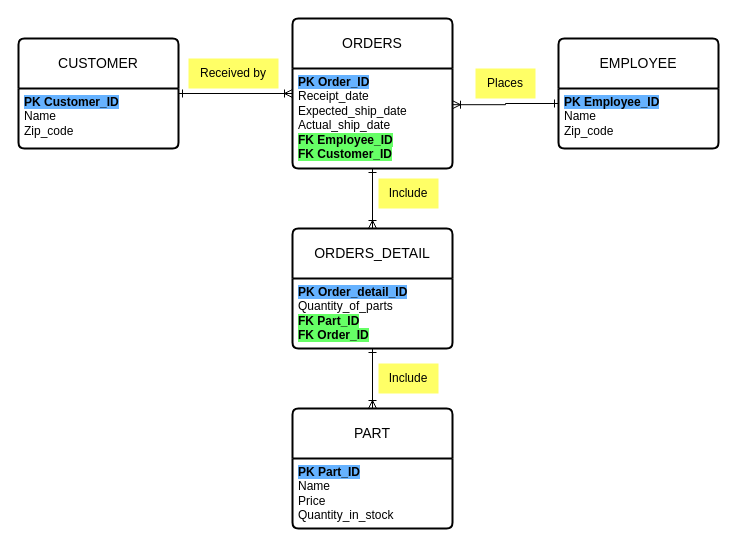
Earlier version of the draw.io diagram Thuchanh.drawio (n24dccn126/DataForge-Team-Supply-Chain-Warehouse-Logistics-Network). Source tidied: cells renumbered, new cells numbered last; positions are measured from the earlier drawing's top-left corner, leaving out a move shared by most shapes. Both pictures are drawn from the tidied source at 100%, with x=0, y=0 at pixel (18, 18).
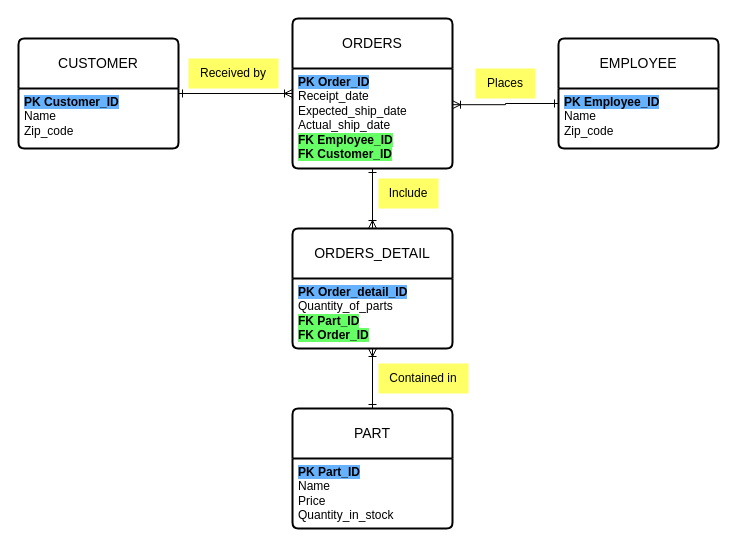
The same page after the edit.

Commit message:
Cập nhật Thuchanh.drawio

Change to the diagram source:
```diff
@@
 <mxGraphModel>
   <root>
     <mxCell id="0" />
     <mxCell id="1" parent="0" />
     <mxCell id="2" style="edgeStyle=orthogonalEdgeStyle;rounded=0;jettySize=auto;html=1;exitX=0.5;exitY=1;exitDx=0;exitDy=0;entryX=0.5;entryY=0;entryDx=0;entryDy=0;defaultLabelBackgroundColor=page;endArrow=ERoneToMany;endFill=0;startArrow=ERone;startFill=0;" parent="1" edge="1" source="3" target="11">
       <mxGeometry relative="1" as="geometry" />
     </mxCell>
     <mxCell id="3" value="ORDERS" style="swimlane;horizontal=1;startSize=50;rounded=1;fontSize=14;fontStyle=0;strokeWidth=2;shadow=0;dashed=0;align=center;arcSize=4;whiteSpace=wrap;html=1;" parent="1" vertex="1">
       <mxGeometry x="274" width="160" height="150" as="geometry" />
     </mxCell>
     <mxCell id="4" value="&lt;b style=&quot;background-color: rgb(102, 178, 255);&quot;&gt;PK Order_ID&lt;/b&gt;&lt;div&gt;Receipt_date&lt;/div&gt;&lt;div&gt;Expected_ship_date&lt;/div&gt;&lt;div&gt;Actual_ship_date&lt;/div&gt;&lt;div&gt;&lt;b style=&quot;background-color: rgb(102, 255, 102);&quot;&gt;FK Employee_ID&lt;/b&gt;&lt;/div&gt;&lt;div&gt;&lt;b style=&quot;background-color: rgb(102, 255, 102);&quot;&gt;FK Customer_ID&lt;/b&gt;&lt;/div&gt;" style="align=left;strokeColor=none;fillColor=none;spacingLeft=4;spacingRight=4;fontSize=12;verticalAlign=top;html=1;whiteSpace=wrap;" parent="3" vertex="1">
       <mxGeometry y="50" width="160" height="100" as="geometry" />
     </mxCell>
     <mxCell id="5" style="edgeStyle=orthogonalEdgeStyle;rounded=0;jettySize=auto;html=1;exitX=1;exitY=0.5;exitDx=0;exitDy=0;entryX=0;entryY=0.5;entryDx=0;entryDy=0;defaultLabelBackgroundColor=page;endArrow=ERoneToMany;endFill=0;startArrow=ERone;startFill=0;" parent="1" edge="1" source="6" target="3">
       <mxGeometry relative="1" as="geometry" />
     </mxCell>
     <mxCell id="6" value="CUSTOMER" style="swimlane;horizontal=1;startSize=50;rounded=1;fontSize=14;fontStyle=0;strokeWidth=2;shadow=0;dashed=0;align=center;arcSize=4;whiteSpace=wrap;html=1;" parent="1" vertex="1">
       <mxGeometry y="20" width="160" height="110" as="geometry" />
     </mxCell>
     <mxCell id="7" value="&lt;b style=&quot;background-color: rgb(102, 178, 255);&quot;&gt;PK Customer_ID&lt;/b&gt;&lt;div&gt;Name&lt;/div&gt;&lt;div&gt;Zip_code&lt;/div&gt;" style="align=left;strokeColor=none;fillColor=none;spacingLeft=4;spacingRight=4;fontSize=12;verticalAlign=top;html=1;whiteSpace=wrap;" parent="6" vertex="1">
       <mxGeometry y="50" width="160" height="60" as="geometry" />
     </mxCell>
     <mxCell id="8" value="EMPLOYEE" style="swimlane;horizontal=1;startSize=50;rounded=1;fontSize=14;fontStyle=0;strokeWidth=2;shadow=0;dashed=0;align=center;arcSize=4;whiteSpace=wrap;html=1;" parent="1" vertex="1">
       <mxGeometry x="540" y="20" width="160" height="110" as="geometry" />
     </mxCell>
     <mxCell id="9" value="&lt;b style=&quot;background-color: rgb(102, 178, 255);&quot;&gt;PK Employee_ID&lt;/b&gt;&lt;div&gt;Name&lt;/div&gt;&lt;div&gt;Zip_code&lt;/div&gt;" style="align=left;strokeColor=none;fillColor=none;spacingLeft=4;spacingRight=4;fontSize=12;verticalAlign=top;html=1;whiteSpace=wrap;" parent="8" vertex="1">
       <mxGeometry y="50" width="160" height="60" as="geometry" />
     </mxCell>
-    <mxCell id="10" style="edgeStyle=orthogonalEdgeStyle;rounded=0;jettySize=auto;html=1;exitX=0.5;exitY=1;exitDx=0;exitDy=0;entryX=0.5;entryY=0;entryDx=0;entryDy=0;defaultLabelBackgroundColor=page;endArrow=ERoneToMany;endFill=0;startArrow=ERone;startFill=0;" parent="1" edge="1" source="11" target="13">
+    <mxCell id="10" style="edgeStyle=orthogonalEdgeStyle;rounded=0;jettySize=auto;html=1;exitX=0.5;exitY=1;exitDx=0;exitDy=0;entryX=0.5;entryY=0;entryDx=0;entryDy=0;defaultLabelBackgroundColor=page;endArrow=ERone;endFill=0;startArrow=ERoneToMany;startFill=0;" parent="1" edge="1" source="11" target="13">
       <mxGeometry relative="1" as="geometry" />
     </mxCell>
     <mxCell id="11" value="ORDERS_DETAIL" style="swimlane;horizontal=1;startSize=50;rounded=1;fontSize=14;fontStyle=0;strokeWidth=2;shadow=0;dashed=0;align=center;arcSize=4;whiteSpace=wrap;html=1;" parent="1" vertex="1">
       <mxGeometry x="274" y="210" width="160" height="120" as="geometry" />
     </mxCell>
     <mxCell id="12" value="&lt;b style=&quot;background-color: rgb(102, 178, 255);&quot;&gt;PK Order_detail_ID&lt;/b&gt;&lt;div&gt;Quantity_of_parts&lt;/div&gt;&lt;div&gt;&lt;b style=&quot;background-color: rgb(102, 255, 102);&quot;&gt;FK Part_ID&lt;/b&gt;&lt;/div&gt;&lt;div&gt;&lt;b style=&quot;background-color: rgb(102, 255, 102);&quot;&gt;FK Order_ID&lt;/b&gt;&lt;/div&gt;" style="align=left;strokeColor=none;fillColor=none;spacingLeft=4;spacingRight=4;fontSize=12;verticalAlign=top;html=1;whiteSpace=wrap;" parent="11" vertex="1">
       <mxGeometry y="50" width="160" height="70" as="geometry" />
     </mxCell>
     <mxCell id="13" value="PART" style="swimlane;horizontal=1;startSize=50;rounded=1;fontSize=14;fontStyle=0;strokeWidth=2;shadow=0;dashed=0;align=center;arcSize=4;whiteSpace=wrap;html=1;" parent="1" vertex="1">
       <mxGeometry x="274" y="390" width="160" height="120" as="geometry" />
     </mxCell>
     <mxCell id="14" value="&lt;b style=&quot;background-color: rgb(102, 178, 255);&quot;&gt;PK Part_ID&lt;/b&gt;&lt;div&gt;Name&lt;/div&gt;&lt;div&gt;Price&lt;/div&gt;&lt;div&gt;Quantity_in_stock&lt;/div&gt;" style="align=left;strokeColor=none;fillColor=none;spacingLeft=4;spacingRight=4;fontSize=12;verticalAlign=top;html=1;whiteSpace=wrap;" parent="13" vertex="1">
       <mxGeometry y="50" width="160" height="70" as="geometry" />
     </mxCell>
     <mxCell id="15" value="Received by" style="text;html=1;whiteSpace=wrap;strokeColor=none;fillColor=#FFFF66;align=center;verticalAlign=middle;rounded=0;" parent="1" vertex="1">
       <mxGeometry x="170" y="40" width="90" height="30" as="geometry" />
     </mxCell>
     <mxCell id="16" value="Places" style="text;html=1;whiteSpace=wrap;strokeColor=none;fillColor=#FFFF66;align=center;verticalAlign=middle;rounded=0;" parent="1" vertex="1">
       <mxGeometry x="457" y="50" width="60" height="30" as="geometry" />
     </mxCell>
     <mxCell id="17" style="edgeStyle=orthogonalEdgeStyle;rounded=0;jettySize=auto;html=1;exitX=0;exitY=0.25;exitDx=0;exitDy=0;entryX=1;entryY=0.362;entryDx=0;entryDy=0;entryPerimeter=0;defaultLabelBackgroundColor=page;endArrow=ERoneToMany;endFill=0;startArrow=ERone;startFill=0;" parent="1" edge="1" source="9" target="4">
       <mxGeometry relative="1" as="geometry" />
     </mxCell>
     <mxCell id="18" value="Include" style="text;html=1;whiteSpace=wrap;strokeColor=none;fillColor=#FFFF66;align=center;verticalAlign=middle;rounded=0;" parent="1" vertex="1">
       <mxGeometry x="360" y="160" width="60" height="30" as="geometry" />
     </mxCell>
-    <mxCell id="19" value="Include" style="text;html=1;whiteSpace=wrap;strokeColor=none;fillColor=#FFFF66;align=center;verticalAlign=middle;rounded=0;" parent="1" vertex="1">
-      <mxGeometry x="360" y="345" width="60" height="30" as="geometry" />
+    <mxCell id="19" value="Contained in" style="text;html=1;whiteSpace=wrap;strokeColor=none;fillColor=#FFFF66;align=center;verticalAlign=middle;rounded=0;" parent="1" vertex="1">
+      <mxGeometry x="360" y="345" width="90" height="30" as="geometry" />
     </mxCell>
   </root>
 </mxGraphModel>
```
